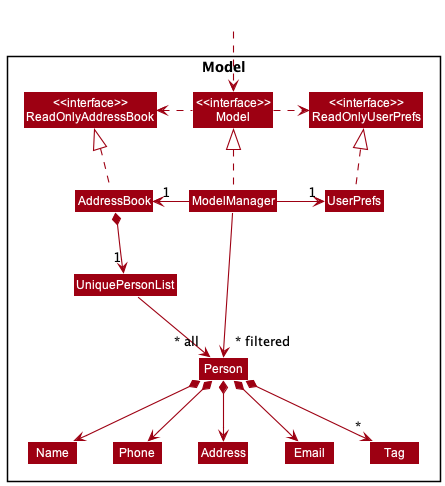
Before: docs/images/ModelClassDiagram.png, a diagram exported from PlantUML (nus-cs2103-AY2223S1/tp).
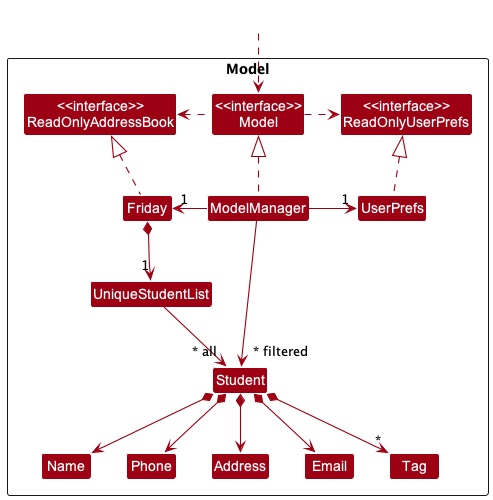
After the change.

What changed in the source:
```diff
@@ -8,12 +8,12 @@
 Class "<<interface>>\nReadOnlyAddressBook" as ReadOnlyAddressBook
 Class "<<interface>>\nReadOnlyUserPrefs" as ReadOnlyUserPrefs
 Class "<<interface>>\nModel" as Model
-Class AddressBook
+Class Friday
 Class ModelManager
 Class UserPrefs
 
-Class UniquePersonList
-Class Person
+Class UniqueStudentList
+Class Student
 Class Address
 Class Email
 Class Name
@@ -25,26 +25,26 @@
 Class HiddenOutside #FFFFFF
 HiddenOutside ..> Model
 
-AddressBook .up.|> ReadOnlyAddressBook
+Friday .up.|> ReadOnlyAddressBook
 
 ModelManager .up.|> Model
 Model .right.> ReadOnlyUserPrefs
 Model .left.> ReadOnlyAddressBook
-ModelManager -left-> "1" AddressBook
+ModelManager -left-> "1" Friday
 ModelManager -right-> "1" UserPrefs
 UserPrefs .up.|> ReadOnlyUserPrefs
 
-AddressBook *--> "1" UniquePersonList
-UniquePersonList --> "~* all" Person
-Person *--> Name
-Person *--> Phone
-Person *--> Email
-Person *--> Address
-Person *--> "*" Tag
+Friday *--> "1" UniqueStudentList
+UniqueStudentList --> "~* all" Student
+Student *--> Name
+Student *--> Phone
+Student *--> Email
+Student *--> Address
+Student *--> "*" Tag
 
 Name -[hidden]right-> Phone
 Phone -[hidden]right-> Address
 Address -[hidden]right-> Email
 
-ModelManager -->"~* filtered" Person
+ModelManager -->"~* filtered" Student
 @enduml
```
